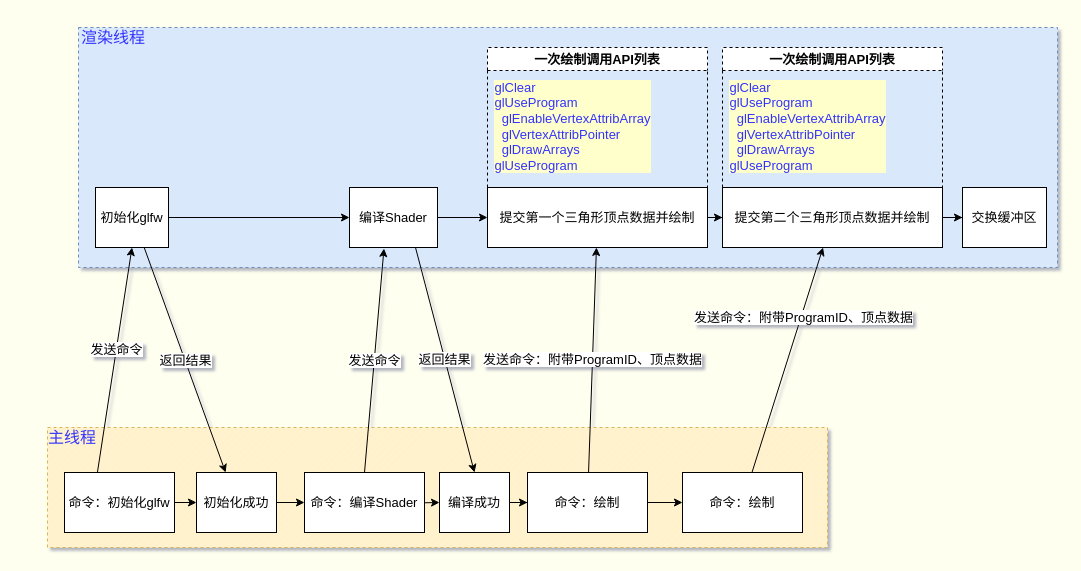
Above: files/multithread_render/多线程渲染架构_多线程流程.drawio in ThisisGame/cpp-game-engine-book (draw.io), before the change. Source tidied: cells renumbered, new cells numbered last; positions are measured from the earlier drawing's top-left corner, leaving out a move shared by most shapes. Both pictures are drawn from the tidied source at 100%, with x=0, y=0 at pixel (17, 17).
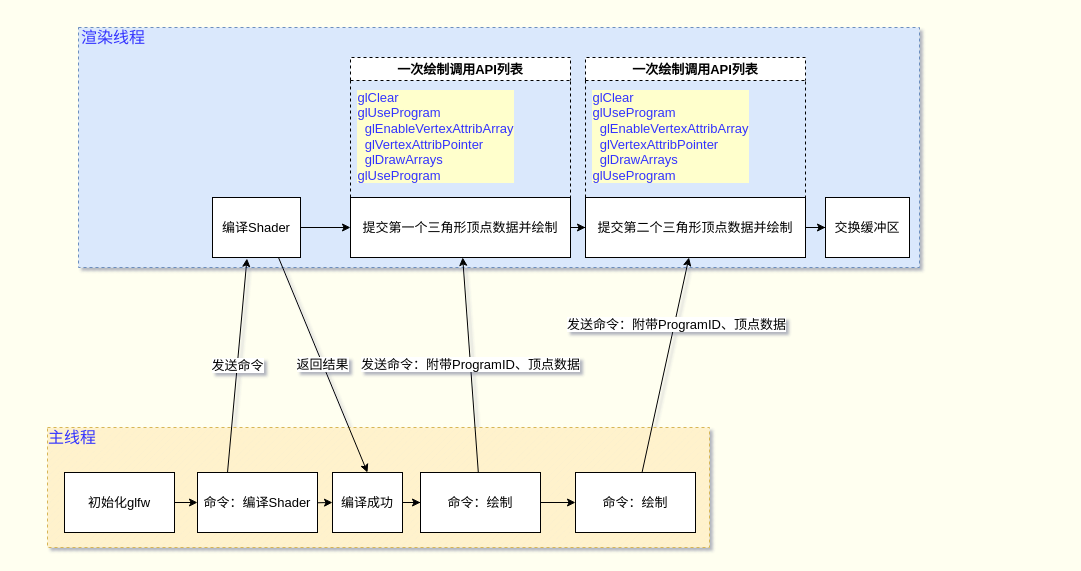
Above is the later version.

Diff of the diagram source:
```diff
@@
     <mxCell id="2" style="verticalLabelPosition=bottom;verticalAlign=top;html=1;shape=mxgraph.basic.patternFillRect;fillStyle=diag;step=5;fillStrokeWidth=0.2;fillStrokeColor=#dddddd;dashed=1;fillColor=#fff2cc;strokeColor=#d6b656;fontSize=13;" parent="1" vertex="1">
-      <mxGeometry x="30" y="410" width="780" height="120" as="geometry" />
+      <mxGeometry x="30" y="410" width="662" height="120" as="geometry" />
     </mxCell>
     <mxCell id="3" style="rounded=0;whiteSpace=wrap;html=1;dashed=1;fillColor=#dae8fc;strokeColor=#6c8ebf;fontSize=13;" parent="1" vertex="1">
-      <mxGeometry x="61" y="10" width="979" height="240" as="geometry" />
+      <mxGeometry x="61" y="10" width="841" height="240" as="geometry" />
     </mxCell>
@@
     <mxCell id="5" value="提交第一个三角形顶点数据并绘制" style="rounded=0;whiteSpace=wrap;html=1;fontSize=13;" parent="1" vertex="1">
-      <mxGeometry x="470" y="170" width="220" height="60" as="geometry" />
+      <mxGeometry x="333" y="180" width="220" height="60" as="geometry" />
     </mxCell>
@@
     <mxCell id="7" value="提交第二个三角形顶点数据并绘制" style="rounded=0;whiteSpace=wrap;html=1;fontSize=13;" parent="1" vertex="1">
-      <mxGeometry x="705" y="170" width="220" height="60" as="geometry" />
+      <mxGeometry x="568" y="180" width="220" height="60" as="geometry" />
     </mxCell>
-    <mxCell id="8" style="edgeStyle=orthogonalEdgeStyle;rounded=0;jettySize=auto;html=1;entryX=0;entryY=0.5;entryDx=0;entryDy=0;fontSize=13;" parent="1" edge="1" source="9" target="11">
-      <mxGeometry relative="1" as="geometry" />
-    </mxCell>
-    <mxCell id="9" value="初始化glfw" style="rounded=0;whiteSpace=wrap;html=1;fontSize=13;" parent="1" vertex="1">
-      <mxGeometry x="78" y="170" width="73" height="60" as="geometry" />
-    </mxCell>
@@
     <mxCell id="11" value="编译Shader" style="rounded=0;whiteSpace=wrap;html=1;fontSize=13;" parent="1" vertex="1">
-      <mxGeometry x="332" y="170" width="88" height="60" as="geometry" />
+      <mxGeometry x="195" y="180" width="88" height="60" as="geometry" />
     </mxCell>
     <mxCell id="12" value="交换缓冲区" style="rounded=0;whiteSpace=wrap;html=1;fontSize=13;" parent="1" vertex="1">
-      <mxGeometry x="945" y="170" width="84" height="60" as="geometry" />
+      <mxGeometry x="808" y="180" width="84" height="60" as="geometry" />
     </mxCell>
-    <mxCell id="13" style="edgeStyle=orthogonalEdgeStyle;rounded=0;jettySize=auto;html=1;fontSize=13;" parent="1" edge="1" source="14" target="18">
-      <mxGeometry relative="1" as="geometry" />
-    </mxCell>
+    <mxCell id="39" style="edgeStyle=orthogonalEdgeStyle;rounded=0;jettySize=auto;html=1;" parent="1" edge="1" source="14" target="20">
+      <mxGeometry relative="1" as="geometry" />
+    </mxCell>
-    <mxCell id="14" value="命令：初始化glfw" style="rounded=0;whiteSpace=wrap;html=1;fontSize=13;" parent="1" vertex="1">
+    <mxCell id="14" value="初始化glfw" style="rounded=0;whiteSpace=wrap;html=1;fontSize=13;" parent="1" vertex="1">
       <mxGeometry x="47" y="455" width="110" height="60" as="geometry" />
     </mxCell>
-    <mxCell id="15" style="endArrow=classic;html=1;rounded=0;entryX=0.5;entryY=1;entryDx=0;entryDy=0;fontSize=13;exitX=0.064;exitY=0.375;exitDx=0;exitDy=0;exitPerimeter=0;" parent="1" edge="1" source="2" target="9">
-      <mxGeometry relative="1" as="geometry" />
-    </mxCell>
-    <mxCell id="16" value="发送命令" style="edgeLabel;html=1;align=center;verticalAlign=middle;fontSize=13;" parent="15" vertex="1">
-      <mxGeometry x="0.1" relative="1" as="geometry" />
-    </mxCell>
-    <mxCell id="17" style="edgeStyle=orthogonalEdgeStyle;rounded=0;jettySize=auto;html=1;fontSize=13;" parent="1" edge="1" source="18" target="20">
-      <mxGeometry relative="1" as="geometry" />
-    </mxCell>
-    <mxCell id="18" value="初始化成功" style="rounded=0;whiteSpace=wrap;html=1;fontSize=13;" parent="1" vertex="1">
-      <mxGeometry x="179" y="455" width="80" height="60" as="geometry" />
-    </mxCell>
     <mxCell id="19" style="edgeStyle=orthogonalEdgeStyle;rounded=0;jettySize=auto;html=1;fontSize=13;" parent="1" edge="1" target="22">
       <mxGeometry relative="1" as="geometry">
-        <mxPoint x="367" y="485" as="sourcePoint" />
+        <mxPoint x="260" y="485" as="sourcePoint" />
       </mxGeometry>
     </mxCell>
     <mxCell id="20" value="命令：编译Shader" style="rounded=0;whiteSpace=wrap;html=1;fontSize=13;" parent="1" vertex="1">
-      <mxGeometry x="287" y="455" width="120" height="60" as="geometry" />
+      <mxGeometry x="180" y="455" width="120" height="60" as="geometry" />
     </mxCell>
@@
     <mxCell id="22" value="编译成功" style="rounded=0;whiteSpace=wrap;html=1;fontSize=13;" parent="1" vertex="1">
-      <mxGeometry x="422" y="455" width="70" height="60" as="geometry" />
+      <mxGeometry x="315" y="455" width="70" height="60" as="geometry" />
     </mxCell>
-    <mxCell id="23" value="返回结果" style="endArrow=classic;html=1;rounded=0;exitX=0.667;exitY=1;exitDx=0;exitDy=0;exitPerimeter=0;fontSize=13;" parent="1" edge="1" source="9" target="18">
-      <mxGeometry relative="1" as="geometry" />
-    </mxCell>
-    <mxCell id="24" value="发送命令" style="endArrow=classic;html=1;rounded=0;entryX=0.392;entryY=1.017;entryDx=0;entryDy=0;entryPerimeter=0;exitX=0.5;exitY=0;exitDx=0;exitDy=0;fontSize=13;" parent="1" edge="1" source="20" target="11">
+    <mxCell id="24" value="发送命令" style="endArrow=classic;html=1;rounded=0;entryX=0.392;entryY=1.017;entryDx=0;entryDy=0;entryPerimeter=0;exitX=0.25;exitY=0;exitDx=0;exitDy=0;fontSize=13;" parent="1" edge="1" source="20" target="11">
       <mxGeometry relative="1" as="geometry" />
     </mxCell>
@@
     <mxCell id="27" value="命令：绘制" style="rounded=0;whiteSpace=wrap;html=1;fontSize=13;" parent="1" vertex="1">
-      <mxGeometry x="510" y="455" width="120" height="60" as="geometry" />
+      <mxGeometry x="403" y="455" width="120" height="60" as="geometry" />
     </mxCell>
@@
     <mxCell id="29" value="命令：绘制" style="rounded=0;whiteSpace=wrap;html=1;fontSize=13;" parent="1" vertex="1">
-      <mxGeometry x="665" y="455" width="120" height="60" as="geometry" />
+      <mxGeometry x="558" y="455" width="120" height="60" as="geometry" />
     </mxCell>
@@
     <mxCell id="31" style="group;labelBackgroundColor=none;" parent="1" vertex="1">
-      <mxGeometry x="705" y="30" width="220" height="140" as="geometry" />
+      <mxGeometry x="568" y="40" width="220" height="140" as="geometry" />
     </mxCell>
@@
     <mxCell id="34" style="group;labelBackgroundColor=none;" parent="1" vertex="1">
-      <mxGeometry x="470" y="30" width="220" height="140" as="geometry" />
+      <mxGeometry x="333" y="40" width="220" height="140" as="geometry" />
     </mxCell>
```
